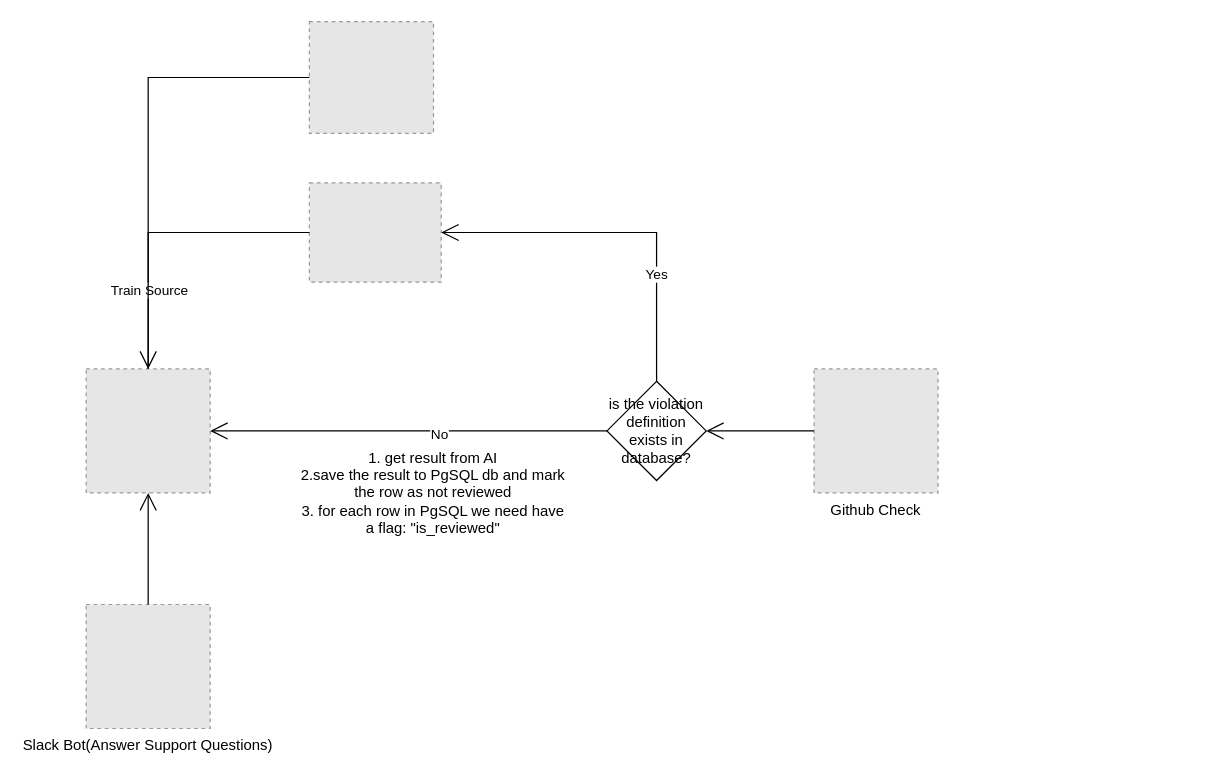
Above: Untitled Diagram.drawio in mikefan1983/draw.io (draw.io), before the change. Source tidied: cells renumbered, new cells numbered last; positions are measured from the earlier drawing's top-left corner, leaving out a move shared by most shapes. Both pictures are drawn from the tidied source at 124%, with x=0, y=0 at pixel (86, 21). Pictures stored in the file or linked from it are replaced by grey dashed boxes.
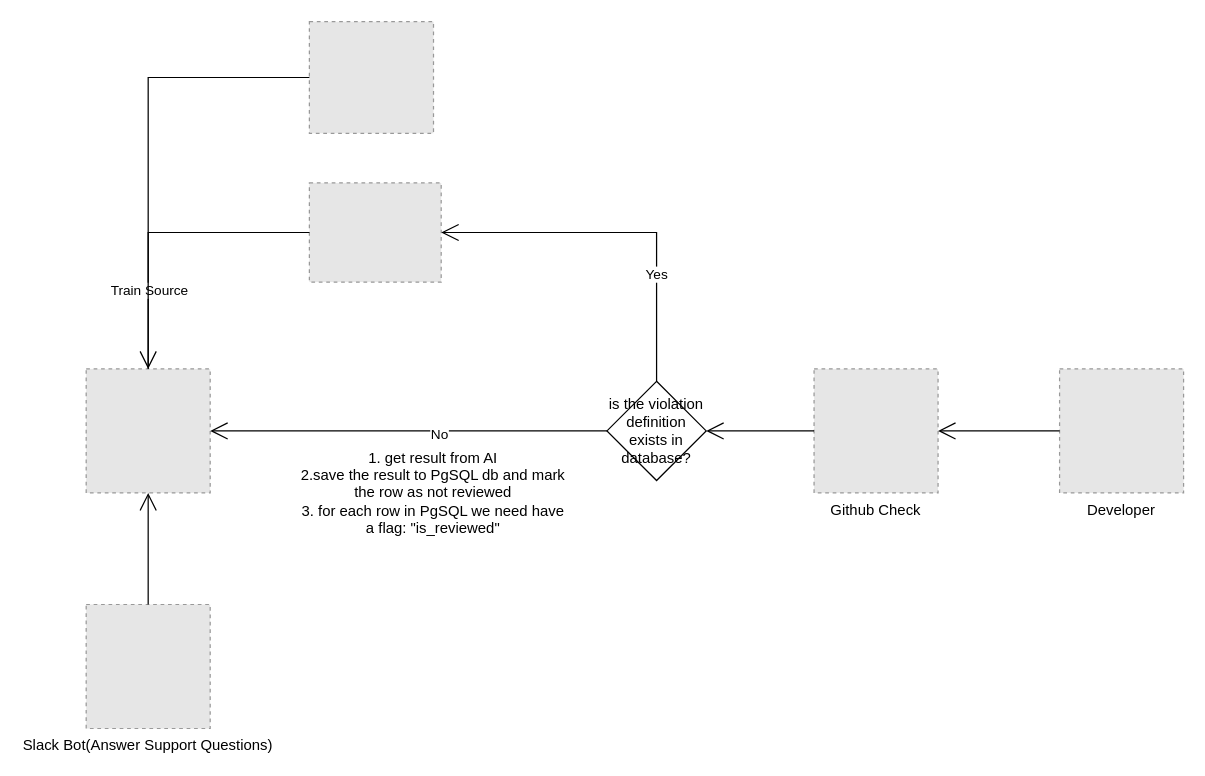
The same page after the edit.

The change refers to these unchanged cells:
```xml
<mxCell id="9" value="Github Check" style="fillColor=#E6E6E6;strokeColor=#999999;dashed=1;verticalLabelPosition=bottom;labelBackgroundColor=default;verticalAlign=top;" parent="1" vertex="1">
  <mxGeometry x="587" y="280" width="100" height="100" as="geometry" />
</mxCell>
```

Change to the diagram source:
```diff
@@
+    <mxCell id="22" value="Developer" style="fillColor=#E6E6E6;strokeColor=#999999;dashed=1;verticalLabelPosition=bottom;labelBackgroundColor=default;verticalAlign=top;" parent="1" vertex="1">
+      <mxGeometry x="785" y="280" width="100" height="100" as="geometry" />
+    </mxCell>
+    <mxCell id="23" style="endArrow=open;endFill=1;endSize=12;html=1;rounded=0;exitX=0;exitY=0.5;exitDx=0;exitDy=0;" parent="1" edge="1" source="22" target="9">
+      <mxGeometry relative="1" as="geometry" />
+    </mxCell>
```
